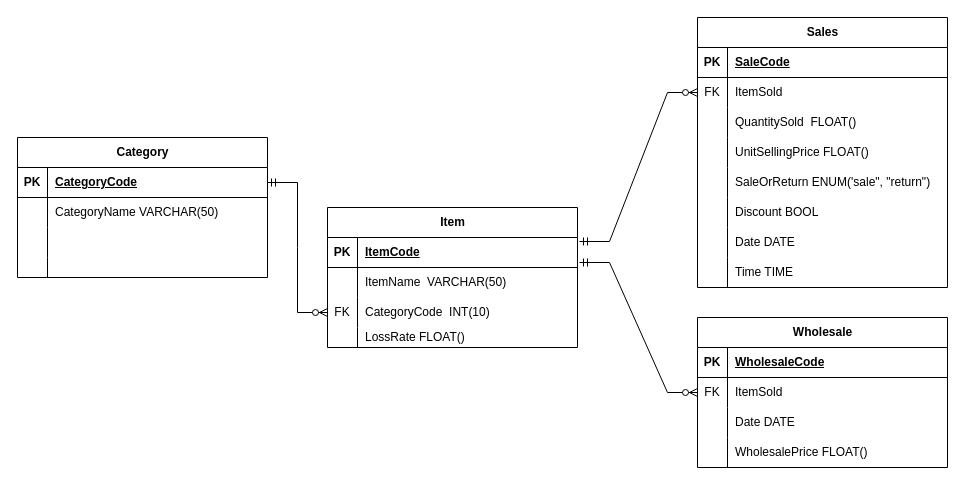
DamianPiuselli/Diagrams keeps this draw.io diagram as SQLTP.drawio. Above is the earlier version. Source tidied: cells renumbered, new cells numbered last; positions are measured from the earlier drawing's top-left corner, leaving out a move shared by most shapes. Both pictures are drawn from the tidied source at 100%, with x=0, y=0 at pixel (17, 17).
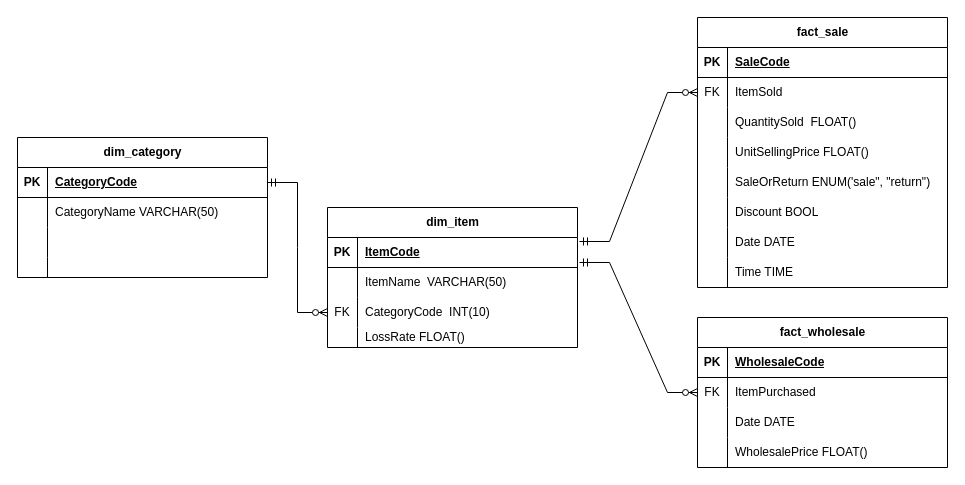
The same diagram, later.

The change refers to these unchanged cells:
```xml
<mxCell id="57" style="shape=tableRow;horizontal=0;startSize=0;swimlaneHead=0;swimlaneBody=0;fillColor=none;points=[[0,0.5],[1,0.5]];portConstraint=eastwest;top=0;left=0;right=0;bottom=0;" parent="53" vertex="1">
  <mxGeometry y="60" width="250" height="30" as="geometry" />
</mxCell>
```

Diff of the diagram source:
```diff
@@
-    <mxCell id="2" value="Item" style="shape=table;startSize=30;childLayout=tableLayout;rowLines=0;fontStyle=1;align=center;html=1;" parent="1" vertex="1">
+    <mxCell id="2" value="dim_item" style="shape=table;startSize=30;childLayout=tableLayout;rowLines=0;fontStyle=1;align=center;html=1;" parent="1" vertex="1">
       <mxGeometry x="310" y="190" width="250" height="140" as="geometry" />
     </mxCell>
@@
-    <mxCell id="15" value="Category" style="shape=table;startSize=30;childLayout=tableLayout;rowLines=0;fontStyle=1;align=center;html=1;" parent="1" vertex="1">
+    <mxCell id="15" value="dim_category" style="shape=table;startSize=30;childLayout=tableLayout;rowLines=0;fontStyle=1;align=center;html=1;" parent="1" vertex="1">
       <mxGeometry y="120" width="250" height="140" as="geometry" />
     </mxCell>
@@
-    <mxCell id="28" value="Sales" style="shape=table;startSize=30;childLayout=tableLayout;rowLines=0;fontStyle=1;align=center;html=1;" parent="1" vertex="1">
+    <mxCell id="28" value="fact_sale" style="shape=table;startSize=30;childLayout=tableLayout;rowLines=0;fontStyle=1;align=center;html=1;" parent="1" vertex="1">
       <mxGeometry x="680" width="250" height="270" as="geometry" />
     </mxCell>
@@
-    <mxCell id="53" value="Wholesale" style="shape=table;startSize=30;childLayout=tableLayout;rowLines=0;fontStyle=1;align=center;html=1;" parent="1" vertex="1">
+    <mxCell id="53" value="fact_wholesale" style="shape=table;startSize=30;childLayout=tableLayout;rowLines=0;fontStyle=1;align=center;html=1;" parent="1" vertex="1">
       <mxGeometry x="680" y="300" width="250" height="150" as="geometry" />
     </mxCell>
@@
-    <mxCell id="59" value="ItemSold" style="shape=partialRectangle;fillColor=none;top=0;left=0;bottom=0;right=0;align=left;spacingLeft=6;overflow=hidden;whiteSpace=wrap;html=1;" parent="57" vertex="1">
+    <mxCell id="59" value="ItemPurchased" style="shape=partialRectangle;fillColor=none;top=0;left=0;bottom=0;right=0;align=left;spacingLeft=6;overflow=hidden;whiteSpace=wrap;html=1;" parent="57" vertex="1">
       <mxGeometry x="30" width="220" height="30" as="geometry" />
     </mxCell>
```
